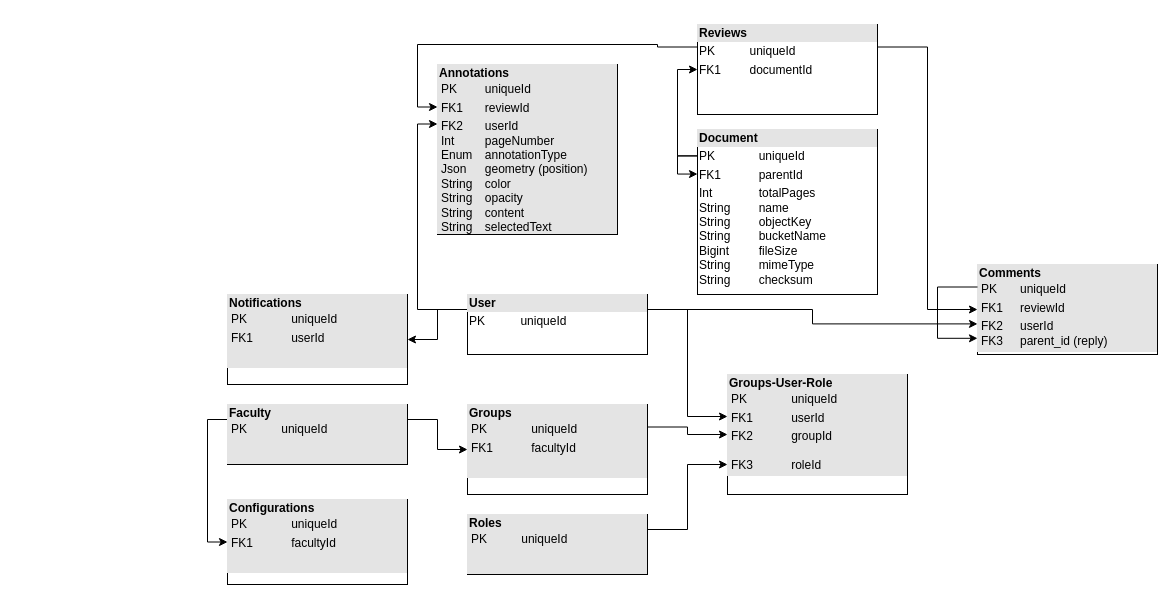
The draw.io diagram docs/diagrams/DB.drawio in DaryllLorenzo/AEGIS, before the edit. Source tidied: cells renumbered, new cells numbered last; positions are measured from the earlier drawing's top-left corner, leaving out a move shared by most shapes. Both pictures are drawn from the tidied source at 100%, with x=0, y=0 at pixel (227, 24).
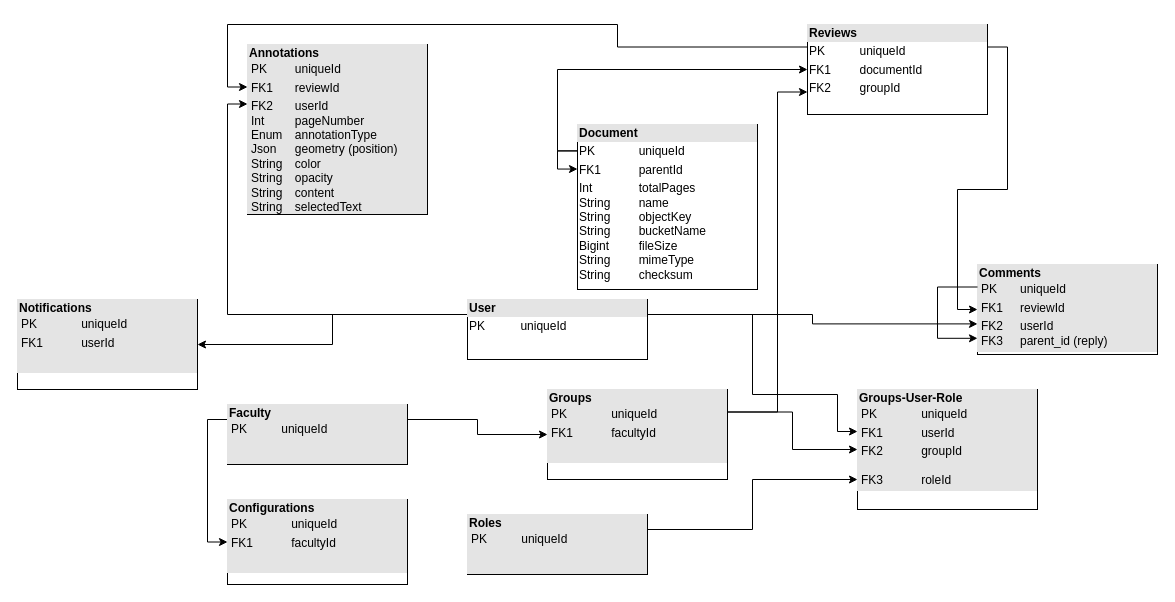
The same diagram, later.

Commit message:
docs(DB): update relation Group-revisions

The edit, as a diff of the source:
```diff
@@
     <mxCell id="2" style="edgeStyle=orthogonalEdgeStyle;rounded=0;jettySize=auto;html=1;exitX=1;exitY=0.25;exitDx=0;exitDy=0;entryX=0;entryY=0.35;entryDx=0;entryDy=0;entryPerimeter=0;" parent="1" edge="1" source="6" target="19">
-      <mxGeometry relative="1" as="geometry" />
+      <mxGeometry relative="1" as="geometry">
+        <Array as="points">
+          <mxPoint x="525" y="290" />
+          <mxPoint x="525" y="370" />
+          <mxPoint x="610" y="370" />
+          <mxPoint x="610" y="407" />
+        </Array>
+      </mxGeometry>
     </mxCell>
@@
     <mxCell id="6" value="&lt;div style=&quot;box-sizing:border-box;width:100%;background:#e4e4e4;padding:2px;&quot;&gt;&lt;b&gt;User&lt;/b&gt;&lt;/div&gt;&lt;table style=&quot;width:100%;font-size:1em;&quot; cellpadding=&quot;2&quot; cellspacing=&quot;0&quot;&gt;&lt;tbody&gt;&lt;tr&gt;&lt;td&gt;PK&lt;/td&gt;&lt;td&gt;uniqueId&lt;/td&gt;&lt;/tr&gt;&lt;tr&gt;&lt;td&gt;&lt;br&gt;&lt;/td&gt;&lt;td&gt;&lt;br&gt;&lt;/td&gt;&lt;/tr&gt;&lt;tr&gt;&lt;td&gt;&lt;br&gt;&lt;br&gt;&lt;/td&gt;&lt;td&gt;&lt;br&gt;&lt;/td&gt;&lt;/tr&gt;&lt;/tbody&gt;&lt;/table&gt;" style="verticalAlign=top;align=left;overflow=fill;html=1;whiteSpace=wrap;" parent="1" vertex="1">
-      <mxGeometry x="240" y="270" width="180" height="60" as="geometry" />
+      <mxGeometry x="240" y="275" width="180" height="60" as="geometry" />
     </mxCell>
@@
     <mxCell id="8" value="&lt;div style=&quot;box-sizing:border-box;width:100%;background:#e4e4e4;padding:2px;&quot;&gt;&lt;b&gt;Document&lt;/b&gt;&lt;/div&gt;&lt;table style=&quot;width:100%;font-size:1em;&quot; cellpadding=&quot;2&quot; cellspacing=&quot;0&quot;&gt;&lt;tbody&gt;&lt;tr&gt;&lt;td&gt;PK&lt;/td&gt;&lt;td&gt;uniqueId&lt;/td&gt;&lt;/tr&gt;&lt;tr&gt;&lt;td&gt;FK1&lt;/td&gt;&lt;td&gt;parentId&lt;/td&gt;&lt;/tr&gt;&lt;tr&gt;&lt;td&gt;Int&lt;br&gt;String&lt;br&gt;String&lt;br&gt;String&lt;br&gt;Bigint&lt;br&gt;String&lt;br&gt;String&lt;/td&gt;&lt;td&gt;totalPages&lt;br&gt;name&lt;br&gt;objectKey&lt;br&gt;bucketName&lt;br&gt;fileSize&lt;br&gt;mimeType&lt;br&gt;checksum&lt;/td&gt;&lt;/tr&gt;&lt;/tbody&gt;&lt;/table&gt;" style="verticalAlign=top;align=left;overflow=fill;html=1;whiteSpace=wrap;points=[[0,0,0,0,0],[0,0.16,0,0,0],[0,0.27,0,0,0],[0,0.75,0,0,0],[0,1,0,0,0],[0.25,0,0,0,0],[0.25,1,0,0,0],[0.5,0,0,0,0],[0.5,1,0,0,0],[0.75,0,0,0,0],[0.75,1,0,0,0],[1,0,0,0,0],[1,0.25,0,0,0],[1,0.5,0,0,0],[1,0.75,0,0,0],[1,1,0,0,0]];" parent="1" vertex="1">
-      <mxGeometry x="470" y="105" width="180" height="165" as="geometry" />
+      <mxGeometry x="350" y="100" width="180" height="165" as="geometry" />
     </mxCell>
@@
-    <mxCell id="16" value="&lt;div style=&quot;box-sizing:border-box;width:100%;background:#e4e4e4;padding:2px;&quot;&gt;&lt;b&gt;Reviews&lt;/b&gt;&lt;/div&gt;&lt;table style=&quot;width:100%;font-size:1em;&quot; cellpadding=&quot;2&quot; cellspacing=&quot;0&quot;&gt;&lt;tbody&gt;&lt;tr&gt;&lt;td&gt;PK&lt;/td&gt;&lt;td&gt;uniqueId&lt;/td&gt;&lt;/tr&gt;&lt;tr&gt;&lt;td&gt;FK1&lt;/td&gt;&lt;td&gt;documentId&lt;/td&gt;&lt;/tr&gt;&lt;tr&gt;&lt;td&gt;&lt;/td&gt;&lt;td&gt;&lt;br&gt;&lt;/td&gt;&lt;/tr&gt;&lt;/tbody&gt;&lt;/table&gt;" style="verticalAlign=top;align=left;overflow=fill;html=1;whiteSpace=wrap;" parent="1" vertex="1">
-      <mxGeometry x="470" width="180" height="90" as="geometry" />
+    <mxCell id="16" value="&lt;div style=&quot;box-sizing:border-box;width:100%;background:#e4e4e4;padding:2px;&quot;&gt;&lt;b&gt;Reviews&lt;/b&gt;&lt;/div&gt;&lt;table style=&quot;width:100%;font-size:1em;&quot; cellpadding=&quot;2&quot; cellspacing=&quot;0&quot;&gt;&lt;tbody&gt;&lt;tr&gt;&lt;td&gt;PK&lt;/td&gt;&lt;td&gt;uniqueId&lt;/td&gt;&lt;/tr&gt;&lt;tr&gt;&lt;td&gt;FK1&lt;/td&gt;&lt;td&gt;documentId&lt;/td&gt;&lt;/tr&gt;&lt;tr&gt;&lt;td&gt;FK2&lt;/td&gt;&lt;td&gt;groupId&lt;/td&gt;&lt;/tr&gt;&lt;/tbody&gt;&lt;/table&gt;" style="verticalAlign=top;align=left;overflow=fill;html=1;whiteSpace=wrap;" parent="1" vertex="1">
+      <mxGeometry x="580" width="180" height="90" as="geometry" />
     </mxCell>
@@
+    <mxCell id="26" style="edgeStyle=orthogonalEdgeStyle;rounded=0;jettySize=auto;html=1;exitX=1;exitY=0.25;exitDx=0;exitDy=0;entryX=0;entryY=0.75;entryDx=0;entryDy=0;" parent="1" edge="1" source="18" target="16">
+      <mxGeometry relative="1" as="geometry">
+        <Array as="points">
+          <mxPoint x="550" y="388" />
+          <mxPoint x="550" y="68" />
+        </Array>
+      </mxGeometry>
+    </mxCell>
     <mxCell id="18" value="&lt;div style=&quot;box-sizing:border-box;width:100%;background:#e4e4e4;padding:2px;&quot;&gt;&lt;b&gt;Groups&lt;/b&gt;&lt;table cellpadding=&quot;2&quot; cellspacing=&quot;0&quot; style=&quot;background-color: transparent; color: light-dark(rgb(0, 0, 0), rgb(255, 255, 255)); font-size: 1em; width: 100%;&quot;&gt;&lt;tbody&gt;&lt;tr&gt;&lt;td&gt;PK&lt;/td&gt;&lt;td&gt;uniqueId&lt;/td&gt;&lt;/tr&gt;&lt;tr&gt;&lt;td&gt;FK1&lt;/td&gt;&lt;td&gt;facultyId&lt;/td&gt;&lt;/tr&gt;&lt;tr&gt;&lt;td&gt;&lt;/td&gt;&lt;td&gt;&lt;br&gt;&lt;/td&gt;&lt;/tr&gt;&lt;/tbody&gt;&lt;/table&gt;&lt;/div&gt;" style="verticalAlign=top;align=left;overflow=fill;html=1;whiteSpace=wrap;" parent="1" vertex="1">
-      <mxGeometry x="240" y="380" width="180" height="90" as="geometry" />
+      <mxGeometry x="320" y="365" width="180" height="90" as="geometry" />
     </mxCell>
     <mxCell id="19" value="&lt;div style=&quot;box-sizing:border-box;width:100%;background:#e4e4e4;padding:2px;&quot;&gt;&lt;b&gt;Groups-User-Role&lt;/b&gt;&lt;table cellpadding=&quot;2&quot; cellspacing=&quot;0&quot; style=&quot;background-color: transparent; color: light-dark(rgb(0, 0, 0), rgb(255, 255, 255)); font-size: 1em; width: 100%;&quot;&gt;&lt;tbody&gt;&lt;tr&gt;&lt;td&gt;PK&lt;/td&gt;&lt;td&gt;uniqueId&lt;/td&gt;&lt;/tr&gt;&lt;tr&gt;&lt;td&gt;FK1&lt;/td&gt;&lt;td&gt;userId&lt;/td&gt;&lt;/tr&gt;&lt;tr&gt;&lt;td&gt;FK2&lt;br&gt;&lt;br&gt;FK3&lt;/td&gt;&lt;td&gt;groupId&lt;br&gt;&lt;br&gt;roleId&lt;/td&gt;&lt;/tr&gt;&lt;/tbody&gt;&lt;/table&gt;&lt;/div&gt;" style="verticalAlign=top;align=left;overflow=fill;html=1;whiteSpace=wrap;points=[[0,0,0,0,0],[0,0.35,0,0,0],[0,0.5,0,0,0],[0,0.75,0,0,0],[0,1,0,0,0],[0.25,0,0,0,0],[0.25,1,0,0,0],[0.5,0,0,0,0],[0.5,1,0,0,0],[0.75,0,0,0,0],[0.75,1,0,0,0],[1,0,0,0,0],[1,0.25,0,0,0],[1,0.5,0,0,0],[1,0.75,0,0,0],[1,1,0,0,0]];" parent="1" vertex="1">
-      <mxGeometry x="500" y="350" width="180" height="120" as="geometry" />
+      <mxGeometry x="630" y="365" width="180" height="120" as="geometry" />
     </mxCell>
     <mxCell id="20" value="&lt;div style=&quot;box-sizing:border-box;width:100%;background:#e4e4e4;padding:2px;&quot;&gt;&lt;b&gt;Annotations&lt;/b&gt;&lt;table cellpadding=&quot;2&quot; cellspacing=&quot;0&quot; style=&quot;background-color: transparent; color: light-dark(rgb(0, 0, 0), rgb(255, 255, 255)); font-size: 1em; width: 100%;&quot;&gt;&lt;tbody&gt;&lt;tr&gt;&lt;td&gt;PK&lt;/td&gt;&lt;td&gt;uniqueId&lt;/td&gt;&lt;/tr&gt;&lt;tr&gt;&lt;td&gt;FK1&lt;/td&gt;&lt;td&gt;reviewId&lt;/td&gt;&lt;/tr&gt;&lt;tr&gt;&lt;td&gt;FK2&lt;br&gt;Int&lt;br&gt;Enum&lt;br&gt;Json&lt;br&gt;String&lt;br&gt;String&lt;br&gt;String&lt;br&gt;String&lt;/td&gt;&lt;td&gt;userId&lt;br&gt;pageNumber&lt;br&gt;annotationType&lt;br&gt;geometry (position)&lt;br&gt;color&lt;br&gt;opacity&lt;br&gt;content&lt;br&gt;selectedText&lt;/td&gt;&lt;/tr&gt;&lt;/tbody&gt;&lt;/table&gt;&lt;/div&gt;" style="verticalAlign=top;align=left;overflow=fill;html=1;whiteSpace=wrap;points=[[0,0,0,0,0],[0,0.15,0,0,0],[0,0.25,0,0,0],[0,0.35,0,0,0],[0,1,0,0,0],[0.25,0,0,0,0],[0.25,1,0,0,0],[0.5,0,0,0,0],[0.5,1,0,0,0],[0.75,0,0,0,0],[0.75,1,0,0,0],[1,0,0,0,0],[1,0.25,0,0,0],[1,0.5,0,0,0],[1,0.75,0,0,0],[1,1,0,0,0]];" parent="1" vertex="1">
-      <mxGeometry x="210" y="40" width="180" height="170" as="geometry" />
+      <mxGeometry x="20" y="20" width="180" height="170" as="geometry" />
     </mxCell>
@@
     <mxCell id="22" value="&lt;div style=&quot;box-sizing:border-box;width:100%;background:#e4e4e4;padding:2px;&quot;&gt;&lt;b&gt;Notifications&lt;/b&gt;&lt;br&gt;&lt;table cellpadding=&quot;2&quot; cellspacing=&quot;0&quot; style=&quot;background-color: transparent; color: light-dark(rgb(0, 0, 0), rgb(255, 255, 255)); font-size: 1em; width: 100%;&quot;&gt;&lt;tbody&gt;&lt;tr&gt;&lt;td&gt;PK&lt;/td&gt;&lt;td&gt;uniqueId&lt;/td&gt;&lt;/tr&gt;&lt;tr&gt;&lt;td&gt;FK1&lt;/td&gt;&lt;td&gt;userId&lt;/td&gt;&lt;/tr&gt;&lt;tr&gt;&lt;td&gt;&lt;/td&gt;&lt;td&gt;&lt;br&gt;&lt;/td&gt;&lt;/tr&gt;&lt;/tbody&gt;&lt;/table&gt;&lt;/div&gt;" style="verticalAlign=top;align=left;overflow=fill;html=1;whiteSpace=wrap;" parent="1" vertex="1">
-      <mxGeometry y="270" width="180" height="90" as="geometry" />
+      <mxGeometry x="-210" y="275" width="180" height="90" as="geometry" />
     </mxCell>
@@
     <mxCell id="25" style="edgeStyle=elbowEdgeStyle;rounded=0;orthogonalLoop=1;jettySize=auto;html=1;exitX=0;exitY=0.16;exitDx=0;exitDy=0;exitPerimeter=0;entryX=0;entryY=0.27;entryDx=0;entryDy=0;entryPerimeter=0;" parent="1" edge="1" source="8" target="8">
       <mxGeometry relative="1" as="geometry">
         <Array as="points">
-          <mxPoint x="450" y="140" />
+          <mxPoint x="330" y="130" />
         </Array>
       </mxGeometry>
     </mxCell>
```
